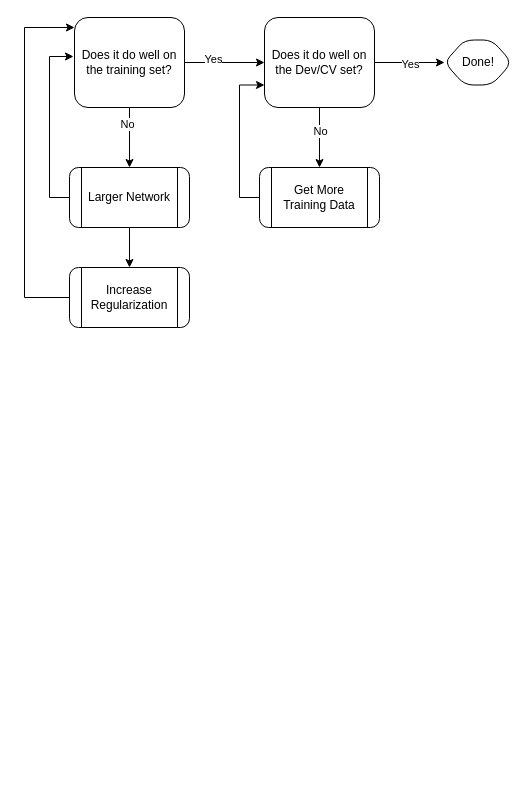
The draw.io diagram MLSpecialization/figures/diagrams.drawio in neerajadsul/MLCrunch, before the edit. Source tidied: cells renumbered, new cells numbered last; positions are measured from the earlier drawing's top-left corner, leaving out a move shared by most shapes. Both pictures are drawn from the tidied source at 100%, with x=0, y=0 at pixel (24, 17).
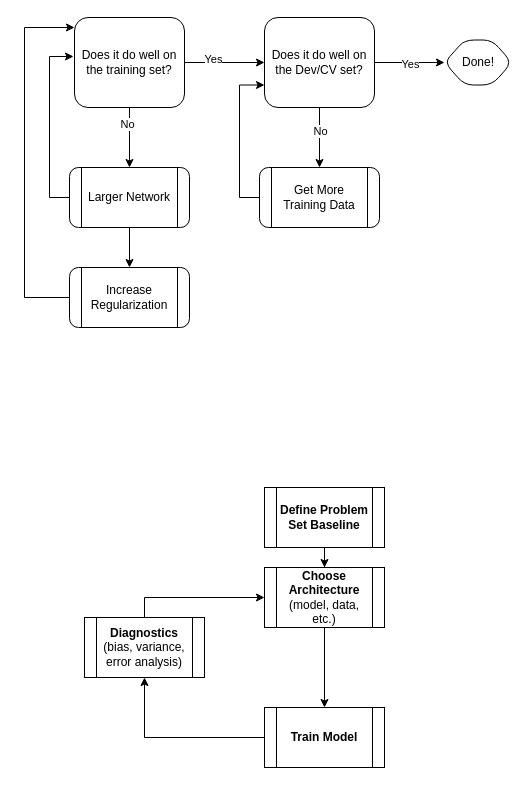
After the change.

The edit, as a diff of the source:
```diff
@@
+    <mxCell id="20" style="edgeStyle=orthogonalEdgeStyle;rounded=0;jettySize=auto;html=1;" parent="1" edge="1" source="21" target="23">
+      <mxGeometry relative="1" as="geometry" />
+    </mxCell>
+    <mxCell id="21" value="&lt;b&gt;Define Problem&lt;br&gt;Set Baseline&lt;/b&gt;" style="shape=process;whiteSpace=wrap;html=1;backgroundOutline=1;" parent="1" vertex="1">
+      <mxGeometry x="240" y="470" width="120" height="60" as="geometry" />
+    </mxCell>
+    <mxCell id="22" style="edgeStyle=orthogonalEdgeStyle;rounded=0;jettySize=auto;html=1;" parent="1" edge="1" source="23" target="25">
+      <mxGeometry relative="1" as="geometry" />
+    </mxCell>
+    <mxCell id="23" value="&lt;b&gt;Choose Architecture&lt;/b&gt;&lt;br&gt;(model, data, etc.)" style="shape=process;whiteSpace=wrap;html=1;backgroundOutline=1;" parent="1" vertex="1">
+      <mxGeometry x="240" y="550" width="120" height="60" as="geometry" />
+    </mxCell>
+    <mxCell id="24" style="edgeStyle=orthogonalEdgeStyle;rounded=0;jettySize=auto;html=1;" parent="1" edge="1" source="25" target="27">
+      <mxGeometry relative="1" as="geometry" />
+    </mxCell>
+    <mxCell id="25" value="&lt;b&gt;Train Model&lt;/b&gt;" style="shape=process;whiteSpace=wrap;html=1;backgroundOutline=1;" parent="1" vertex="1">
+      <mxGeometry x="240" y="690" width="120" height="60" as="geometry" />
+    </mxCell>
+    <mxCell id="26" style="edgeStyle=orthogonalEdgeStyle;rounded=0;jettySize=auto;html=1;exitX=0.5;exitY=0;exitDx=0;exitDy=0;entryX=0;entryY=0.5;entryDx=0;entryDy=0;" parent="1" edge="1" source="27" target="23">
+      <mxGeometry relative="1" as="geometry" />
+    </mxCell>
+    <mxCell id="27" value="&lt;b&gt;Diagnostics&lt;/b&gt;&lt;br&gt;(bias, variance, error analysis)" style="shape=process;whiteSpace=wrap;html=1;backgroundOutline=1;" parent="1" vertex="1">
+      <mxGeometry x="60" y="600" width="120" height="60" as="geometry" />
+    </mxCell>
```
